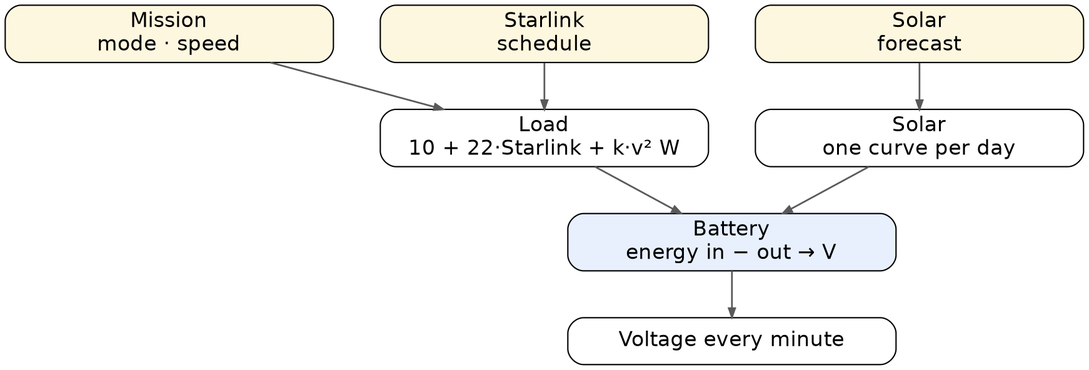
Before: docs/img/forecast_model.png, a diagram exported from Graphviz (Xizesse/asv_power_manager). Its source is kept beside it as docs/diagrams/forecast_model.dot.
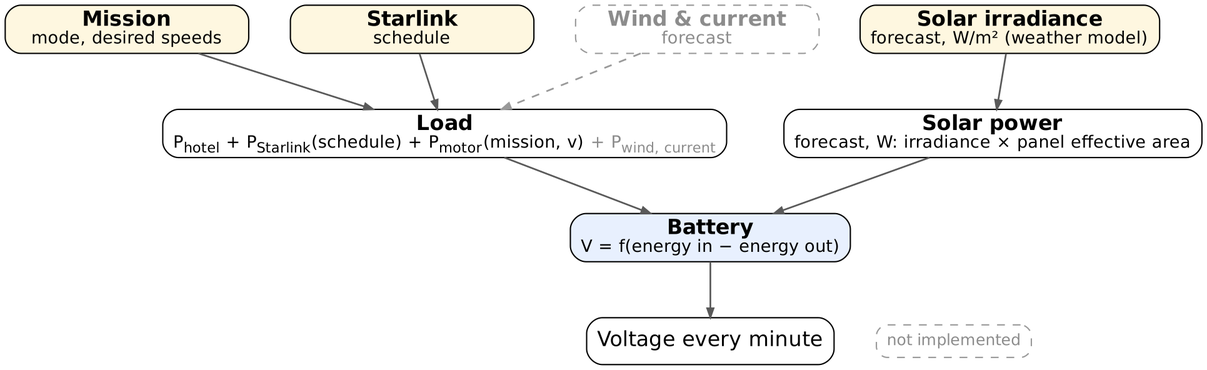
Above is the later version.

Diff of the diagram source:
```diff
@@ -1,15 +1,27 @@
 digraph forecast {
-  rankdir=TB; nodesep=0.5; ranksep=0.5;
+  rankdir=TB; nodesep=0.45; ranksep=0.6;
   graph [fontname="Helvetica", fontsize=18, labeljust=l];
-  node  [shape=box, style="rounded,filled", fillcolor=white, fontname="Helvetica", fontsize=16, width=3.5];
+  node  [shape=box, style="rounded,filled", fillcolor=white, fontname="Helvetica", fontsize=16, width=2.6];
   edge  [fontname="Helvetica", fontsize=13, fontcolor="#1a5fb4", color=gray35, penwidth=1.3, arrowsize=0.7];
-  mission [label="Mission\nmode · speed", fillcolor="#fef7e0"];
-  plan    [label="Starlink\nschedule", fillcolor="#fef7e0"];
-  sun     [label="Solar\nforecast", fillcolor="#fef7e0"];
-  load  [label="Load\n10 + 22·Starlink + k·v² W"];
-  solar [label="Solar\none curve per day"];
-  batt  [label="Battery\nenergy in − out → V", fillcolor="#e8f0fe"];
+
+  mission [label=<<b>Mission</b><br/><font point-size="13">mode, desired speeds</font>>, fillcolor="#fef7e0"];
+  sched   [label=<<b>Starlink</b><br/><font point-size="13">schedule</font>>, fillcolor="#fef7e0"];
+  wind    [label=<<b>Wind &amp; current</b><br/><font point-size="13">forecast</font>>, style="rounded,dashed", color=gray60, fontcolor=gray55];
+  irr     [label=<<b>Solar irradiance</b><br/><font point-size="13">forecast, W/m² (weather model)</font>>, fillcolor="#fef7e0"];
+
+  load  [label=<<b>Load</b><br/><font point-size="13">P<sub>hotel</sub> + P<sub>Starlink</sub>(schedule) + P<sub>motor</sub>(mission, v)</font><font point-size="13" color="gray55"> + P<sub>wind, current</sub></font>>];
+  solar [label=<<b>Solar power</b><br/><font point-size="13">forecast, W: irradiance × panel effective area</font>>];
+  batt  [label=<<b>Battery</b><br/><font point-size="13">V = f(energy in − energy out)</font>>, fillcolor="#e8f0fe"];
   out   [label="Voltage every minute"];
-  mission -> load; plan -> load; sun -> solar;
+
+  legend [label="not implemented", style="rounded,dashed", color=gray60, fontcolor=gray55, fontsize=12, width=1.6, height=0.35];
+
+  mission -> load; sched -> load;
+  wind -> load [style=dashed, color=gray60];
+  irr -> solar;
   load -> batt; solar -> batt; batt -> out;
+
+  { rank=same; mission; sched; wind; irr; }
+  { rank=same; out; legend; }
+  out -> legend [style=invis];
 }
```
